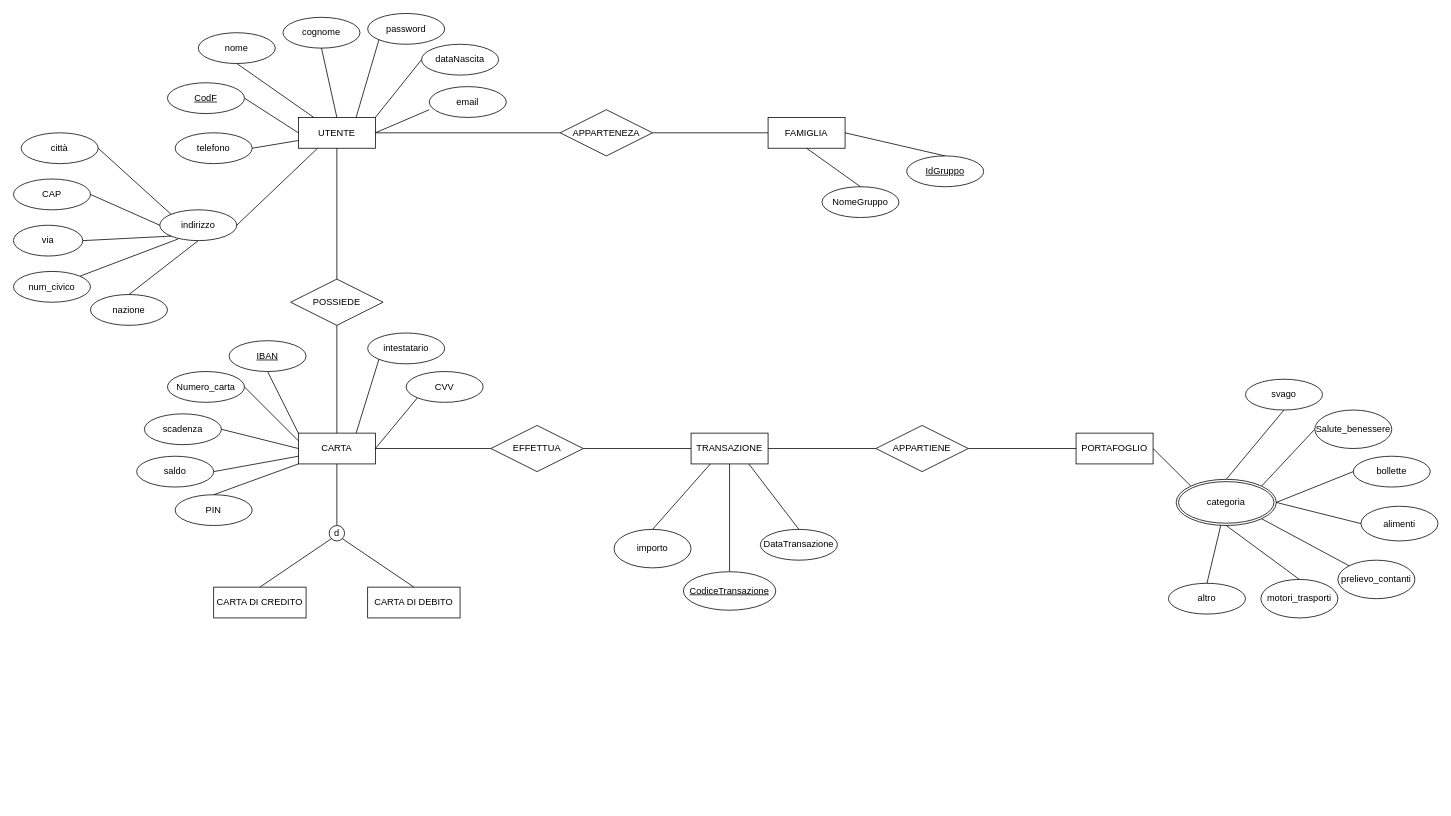
This is ClassDiagram/baseprog.drawio from giuliagargiulo/Progetto-BDD, a draw.io file, before an edit. Source tidied: cells renumbered, new cells numbered last; positions are measured from the earlier drawing's top-left corner, leaving out a move shared by most shapes. Both pictures are drawn from the tidied source at 77%, with x=0, y=0 at pixel (13, 13).
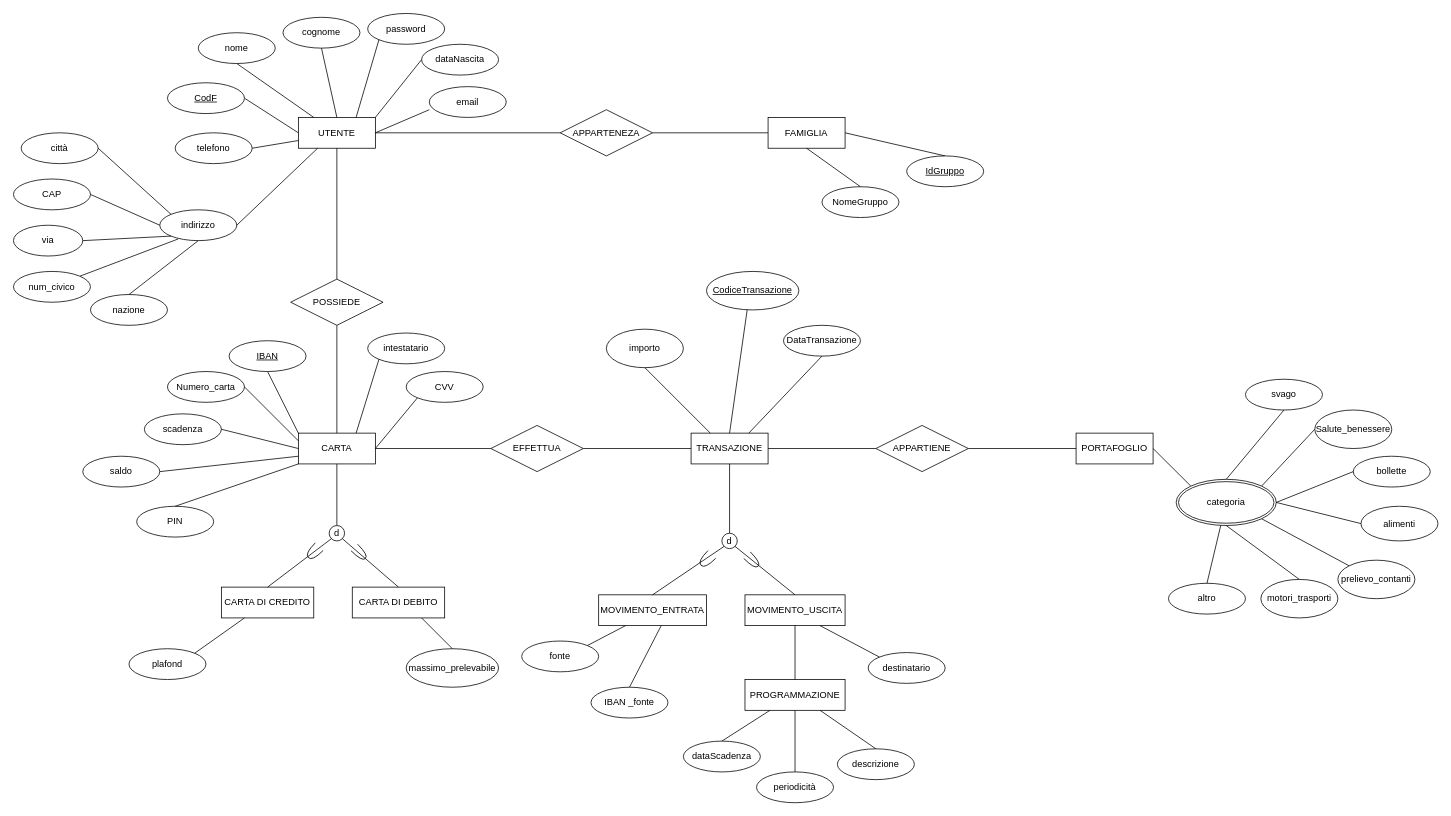
Above is the later version.

Unchanged cells that the change refers to:
```xml
<mxCell id="36" value="TRANSAZIONE" style="whiteSpace=wrap;html=1;align=center;" parent="1" vertex="1">
  <mxGeometry x="880" y="545" width="100" height="40" as="geometry" />
</mxCell>
```

The edit, as a diff of the source:
```diff
@@
     <mxCell id="26" value="saldo" style="ellipse;whiteSpace=wrap;html=1;align=center;" parent="1" vertex="1">
-      <mxGeometry x="160" y="575" width="100" height="40" as="geometry" />
+      <mxGeometry x="90" y="575" width="100" height="40" as="geometry" />
     </mxCell>
     <mxCell id="27" value="PIN" style="ellipse;whiteSpace=wrap;html=1;align=center;" parent="1" vertex="1">
-      <mxGeometry x="210" y="625" width="100" height="40" as="geometry" />
+      <mxGeometry x="160" y="640" width="100" height="40" as="geometry" />
     </mxCell>
@@
     <mxCell id="37" value="importo" style="ellipse;whiteSpace=wrap;html=1;align=center;" parent="1" vertex="1">
-      <mxGeometry x="780" y="670" width="100" height="50" as="geometry" />
+      <mxGeometry x="770" y="410" width="100" height="50" as="geometry" />
     </mxCell>
-    <mxCell id="38" style="endArrow=none;html=1;rounded=0;entryX=0.5;entryY=0;entryDx=0;entryDy=0;exitX=0.5;exitY=1;exitDx=0;exitDy=0;" parent="1" edge="1" source="36" target="47">
-      <mxGeometry relative="1" as="geometry" />
+    <mxCell id="38" style="endArrow=none;html=1;rounded=0;entryX=0.5;entryY=0;entryDx=0;entryDy=0;" parent="1" edge="1" target="47">
+      <mxGeometry relative="1" as="geometry">
+        <mxPoint x="930" y="545" as="sourcePoint" />
+      </mxGeometry>
     </mxCell>
-    <mxCell id="39" style="endArrow=none;html=1;rounded=0;entryX=0.5;entryY=0;entryDx=0;entryDy=0;exitX=0.25;exitY=1;exitDx=0;exitDy=0;" parent="1" edge="1" source="36" target="37">
+    <mxCell id="39" style="endArrow=none;html=1;rounded=0;entryX=0.5;entryY=1;entryDx=0;entryDy=0;exitX=0.25;exitY=0;exitDx=0;exitDy=0;" parent="1" edge="1" source="36" target="37">
       <mxGeometry relative="1" as="geometry" />
     </mxCell>
     <mxCell id="40" value="DataTransazione" style="ellipse;whiteSpace=wrap;html=1;align=center;" parent="1" vertex="1">
-      <mxGeometry x="970" y="670" width="100" height="40" as="geometry" />
+      <mxGeometry x="1000" y="405" width="100" height="40" as="geometry" />
     </mxCell>
-    <mxCell id="41" style="endArrow=none;html=1;rounded=0;exitX=0.75;exitY=1;exitDx=0;exitDy=0;entryX=0.5;entryY=0;entryDx=0;entryDy=0;" parent="1" edge="1" source="36" target="40">
+    <mxCell id="41" style="endArrow=none;html=1;rounded=0;exitX=0.75;exitY=0;exitDx=0;exitDy=0;entryX=0.5;entryY=1;entryDx=0;entryDy=0;" parent="1" edge="1" source="36" target="40">
       <mxGeometry relative="1" as="geometry" />
     </mxCell>
@@
     <mxCell id="47" value="CodiceTransazione" style="ellipse;whiteSpace=wrap;html=1;align=center;fontStyle=4;" parent="1" vertex="1">
-      <mxGeometry x="870" y="725" width="120" height="50" as="geometry" />
+      <mxGeometry x="900" y="335" width="120" height="50" as="geometry" />
     </mxCell>
@@
     <mxCell id="85" value="CARTA DI CREDITO&lt;br&gt;" style="whiteSpace=wrap;html=1;align=center;" parent="1" vertex="1">
-      <mxGeometry x="260" y="745" width="120" height="40" as="geometry" />
+      <mxGeometry x="270" y="745" width="120" height="40" as="geometry" />
     </mxCell>
     <mxCell id="86" value="CARTA DI DEBITO" style="whiteSpace=wrap;html=1;align=center;" parent="1" vertex="1">
-      <mxGeometry x="460" y="745" width="120" height="40" as="geometry" />
+      <mxGeometry x="440" y="745" width="120" height="40" as="geometry" />
     </mxCell>
@@
+    <mxCell id="91" style="shape=requiredInterface;html=1;verticalLabelPosition=bottom;sketch=0;rotation=45;" parent="1" vertex="1">
+      <mxGeometry x="439.7" y="694.7" width="20.3" height="12" as="geometry" />
+    </mxCell>
+    <mxCell id="92" style="shape=requiredInterface;html=1;verticalLabelPosition=bottom;sketch=0;rotation=135;" parent="1" vertex="1">
+      <mxGeometry x="380" y="692.5" width="19.9" height="14.2" as="geometry" />
+    </mxCell>
+    <mxCell id="93" value="MOVIMENTO_ENTRATA" style="whiteSpace=wrap;html=1;align=center;" parent="1" vertex="1">
+      <mxGeometry x="760" y="755" width="140" height="40" as="geometry" />
+    </mxCell>
+    <mxCell id="94" value="MOVIMENTO_USCITA" style="whiteSpace=wrap;html=1;align=center;" parent="1" vertex="1">
+      <mxGeometry x="950" y="755" width="130" height="40" as="geometry" />
+    </mxCell>
+    <mxCell id="95" style="endArrow=none;html=1;rounded=0;exitX=0.5;exitY=1;exitDx=0;exitDy=0;" parent="1" edge="1" source="36">
+      <mxGeometry relative="1" as="geometry">
+        <mxPoint x="930" y="675" as="targetPoint" />
+      </mxGeometry>
+    </mxCell>
+    <mxCell id="96" value="d" style="ellipse;whiteSpace=wrap;html=1;" parent="1" vertex="1">
+      <mxGeometry x="920" y="675" width="20" height="20" as="geometry" />
+    </mxCell>
+    <mxCell id="97" style="endArrow=none;html=1;rounded=0;entryX=0;entryY=1;entryDx=0;entryDy=0;exitX=0.5;exitY=0;exitDx=0;exitDy=0;" parent="1" edge="1" source="93" target="96">
+      <mxGeometry relative="1" as="geometry" />
+    </mxCell>
+    <mxCell id="98" style="endArrow=none;html=1;rounded=0;exitX=1;exitY=1;exitDx=0;exitDy=0;entryX=0.5;entryY=0;entryDx=0;entryDy=0;" parent="1" edge="1" source="96" target="94">
+      <mxGeometry relative="1" as="geometry" />
+    </mxCell>
+    <mxCell id="99" style="shape=requiredInterface;html=1;verticalLabelPosition=bottom;sketch=0;rotation=45;" parent="1" vertex="1">
+      <mxGeometry x="949.7" y="704.7" width="20.3" height="12" as="geometry" />
+    </mxCell>
+    <mxCell id="100" style="shape=requiredInterface;html=1;verticalLabelPosition=bottom;sketch=0;rotation=135;" parent="1" vertex="1">
+      <mxGeometry x="890" y="702.5" width="19.9" height="14.2" as="geometry" />
+    </mxCell>
+    <mxCell id="101" value="plafond" style="ellipse;whiteSpace=wrap;html=1;align=center;" parent="1" vertex="1">
+      <mxGeometry x="150" y="825" width="100" height="40" as="geometry" />
+    </mxCell>
+    <mxCell id="102" style="endArrow=none;html=1;rounded=0;exitX=1;exitY=0;exitDx=0;exitDy=0;entryX=0.25;entryY=1;entryDx=0;entryDy=0;" parent="1" edge="1" source="101" target="85">
+      <mxGeometry relative="1" as="geometry" />
+    </mxCell>
+    <mxCell id="103" value="massimo_prelevabile" style="ellipse;whiteSpace=wrap;html=1;align=center;" parent="1" vertex="1">
+      <mxGeometry x="510" y="825" width="120" height="50" as="geometry" />
+    </mxCell>
+    <mxCell id="104" style="endArrow=none;html=1;rounded=0;exitX=0.75;exitY=1;exitDx=0;exitDy=0;entryX=0.5;entryY=0;entryDx=0;entryDy=0;" parent="1" edge="1" source="86" target="103">
+      <mxGeometry relative="1" as="geometry" />
+    </mxCell>
+    <mxCell id="105" value="fonte" style="ellipse;whiteSpace=wrap;html=1;align=center;" parent="1" vertex="1">
+      <mxGeometry x="660" y="815" width="100" height="40" as="geometry" />
+    </mxCell>
+    <mxCell id="106" value="IBAN _fonte" style="ellipse;whiteSpace=wrap;html=1;align=center;" parent="1" vertex="1">
+      <mxGeometry x="750" y="875" width="100" height="40" as="geometry" />
+    </mxCell>
+    <mxCell id="107" style="endArrow=none;html=1;rounded=0;entryX=0.25;entryY=1;entryDx=0;entryDy=0;exitX=1;exitY=0;exitDx=0;exitDy=0;" parent="1" edge="1" source="105" target="93">
+      <mxGeometry relative="1" as="geometry" />
+    </mxCell>
+    <mxCell id="108" style="endArrow=none;html=1;rounded=0;exitX=0.5;exitY=0;exitDx=0;exitDy=0;entryX=0.579;entryY=1.008;entryDx=0;entryDy=0;entryPerimeter=0;" parent="1" edge="1" source="106" target="93">
+      <mxGeometry relative="1" as="geometry" />
+    </mxCell>
+    <mxCell id="109" value="destinatario" style="ellipse;whiteSpace=wrap;html=1;align=center;" parent="1" vertex="1">
+      <mxGeometry x="1110" y="830" width="100" height="40" as="geometry" />
+    </mxCell>
+    <mxCell id="110" style="endArrow=none;html=1;rounded=0;exitX=0.75;exitY=1;exitDx=0;exitDy=0;entryX=0;entryY=0;entryDx=0;entryDy=0;" parent="1" edge="1" source="94" target="109">
+      <mxGeometry relative="1" as="geometry" />
+    </mxCell>
+    <mxCell id="111" value="PROGRAMMAZIONE" style="whiteSpace=wrap;html=1;align=center;" parent="1" vertex="1">
+      <mxGeometry x="950" y="865" width="130" height="40" as="geometry" />
+    </mxCell>
+    <mxCell id="112" style="endArrow=none;html=1;rounded=0;entryX=0.5;entryY=0;entryDx=0;entryDy=0;exitX=0.5;exitY=1;exitDx=0;exitDy=0;" parent="1" edge="1" source="94" target="111">
+      <mxGeometry relative="1" as="geometry" />
+    </mxCell>
+    <mxCell id="113" value="dataScadenza" style="ellipse;whiteSpace=wrap;html=1;align=center;" parent="1" vertex="1">
+      <mxGeometry x="870" y="945" width="100" height="40" as="geometry" />
+    </mxCell>
+    <mxCell id="114" value="periodicità" style="ellipse;whiteSpace=wrap;html=1;align=center;" parent="1" vertex="1">
+      <mxGeometry x="965" y="985" width="100" height="40" as="geometry" />
+    </mxCell>
+    <mxCell id="115" value="descrizione" style="ellipse;whiteSpace=wrap;html=1;align=center;" parent="1" vertex="1">
+      <mxGeometry x="1070" y="955" width="100" height="40" as="geometry" />
+    </mxCell>
+    <mxCell id="116" style="endArrow=none;html=1;rounded=0;exitX=0.5;exitY=0;exitDx=0;exitDy=0;entryX=0.25;entryY=1;entryDx=0;entryDy=0;" parent="1" edge="1" source="113" target="111">
+      <mxGeometry relative="1" as="geometry" />
+    </mxCell>
+    <mxCell id="117" style="endArrow=none;html=1;rounded=0;exitX=0.5;exitY=0;exitDx=0;exitDy=0;entryX=0.5;entryY=1;entryDx=0;entryDy=0;" parent="1" edge="1" source="114" target="111">
+      <mxGeometry relative="1" as="geometry" />
+    </mxCell>
+    <mxCell id="118" style="endArrow=none;html=1;rounded=0;exitX=0.75;exitY=1;exitDx=0;exitDy=0;entryX=0.5;entryY=0;entryDx=0;entryDy=0;" parent="1" edge="1" source="111" target="115">
+      <mxGeometry relative="1" as="geometry" />
+    </mxCell>
```
